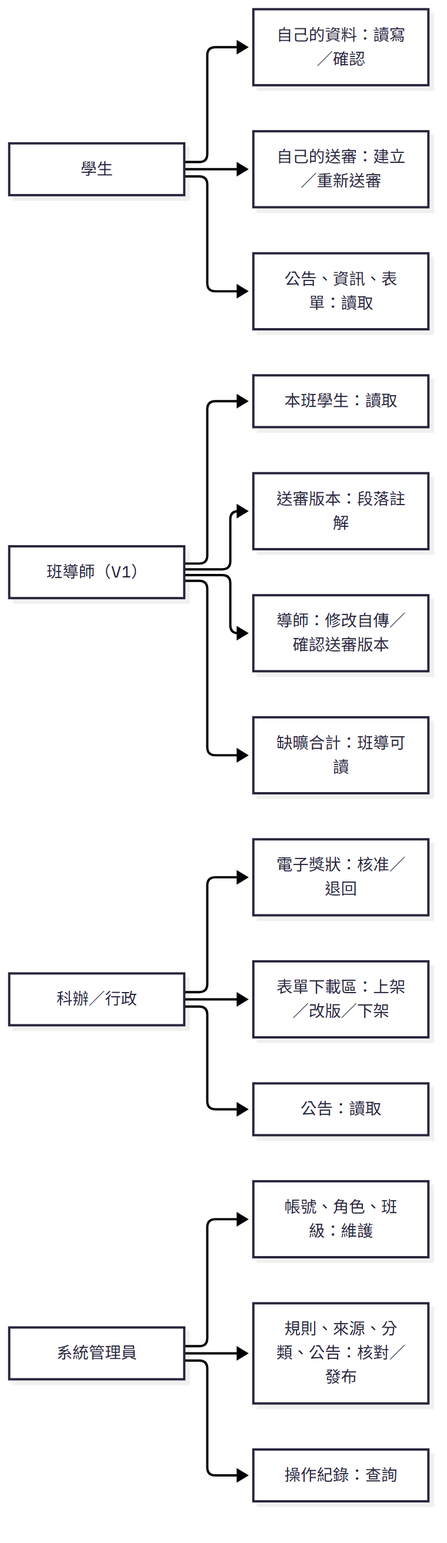
Above: docs/images/D-35-permission-matrix.png in 111534107/smart-learning-portfolio-main (Mermaid), before the change. Its source is kept beside it as docs/images/D-35-permission-matrix.mmd.
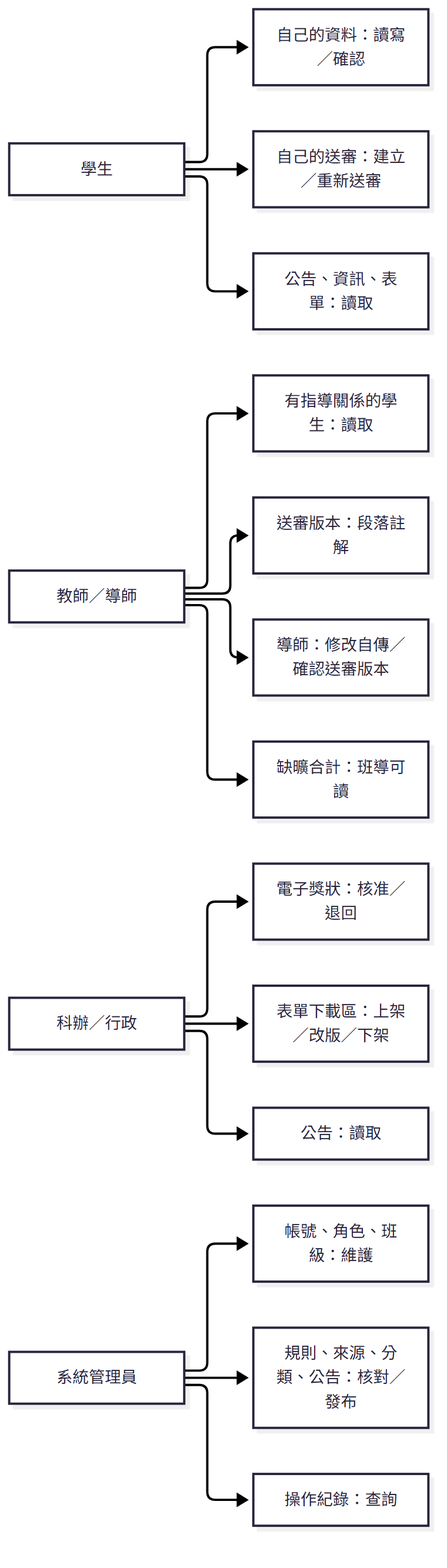
After the commit.

The edit, as a diff of the source:
```diff
@@ -2,7 +2,7 @@
   S[學生] --> S1[自己的資料：讀寫／確認]
   S --> S2[自己的送審：建立／重新送審]
   S --> S3[公告、資訊、表單：讀取]
-  T[班導師（V1）] --> T1[本班學生：讀取]
+  T[教師／導師] --> T1[有指導關係的學生：讀取]
   T --> T2[送審版本：段落註解]
     T --> T4[導師：修改自傳／確認送審版本]
   T --> T3[缺曠合計：班導可讀]
@@ -12,4 +12,3 @@
   A[系統管理員] --> A1[帳號、角色、班級：維護]
   A --> A2[規則、來源、分類、公告：核對／發布]
   A --> A3[操作紀錄：查詢]
-  classDef pending fill:#FFFFFF,stroke:#9CA3AF,color:#6B7280,stroke-width:1px,stroke-dasharray:5 3;
```
